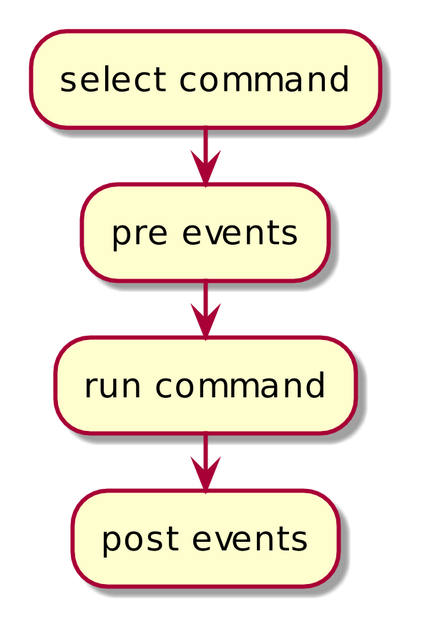
Before: pictures/schema/composer.png, a diagram exported from PlantUML (hanovruslan/phpfest-2020-composer-plus-plus).
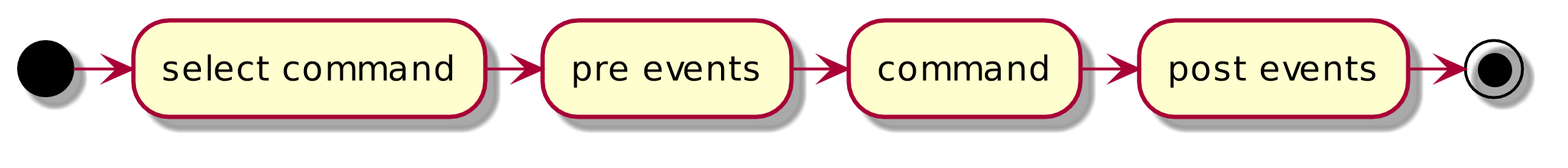
The same file after the commit.

What changed in the source:
```diff
@@ -1,11 +1,11 @@
 @startuml
+scale 1024 width
+scale 600 height
 
-scale 1024 width
-scale 800 height
-
-:select command;
-:pre events;
-:run command;
-:post events;
+(*) -right-> "select command"
+"select command" -right-> "pre events"
+"pre events" -right-> "command"
+"command" -right-> "post events"
+"post events" -right-> (*)
 
 @enduml
```
